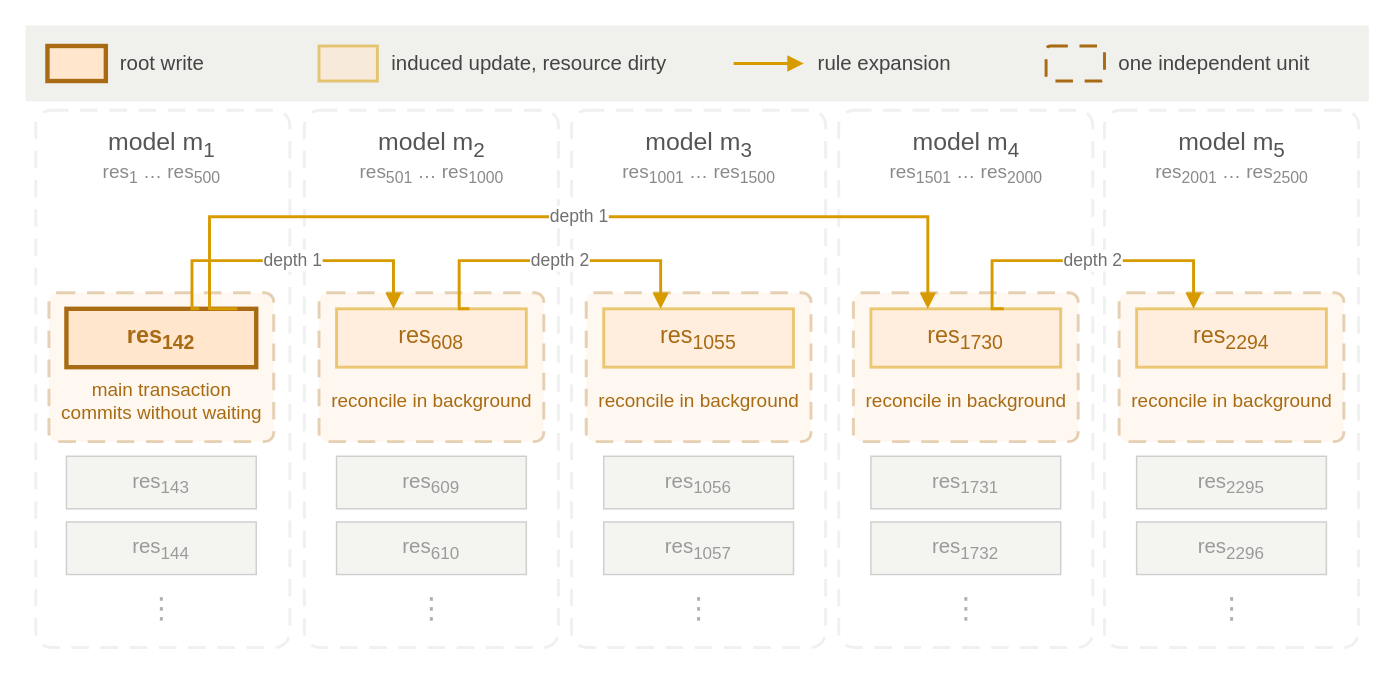
Above: figures/fig-cpr-expansion-base.drawio in mililika/bachelor-thesis-tum-acid-base-adaptivity (draw.io), before the change. Source tidied: cells renumbered, new cells numbered last; positions are measured from the earlier drawing's top-left corner, leaving out a move shared by most shapes. Both pictures are drawn from the tidied source at 146%, with x=0, y=0 at pixel (25, 25).
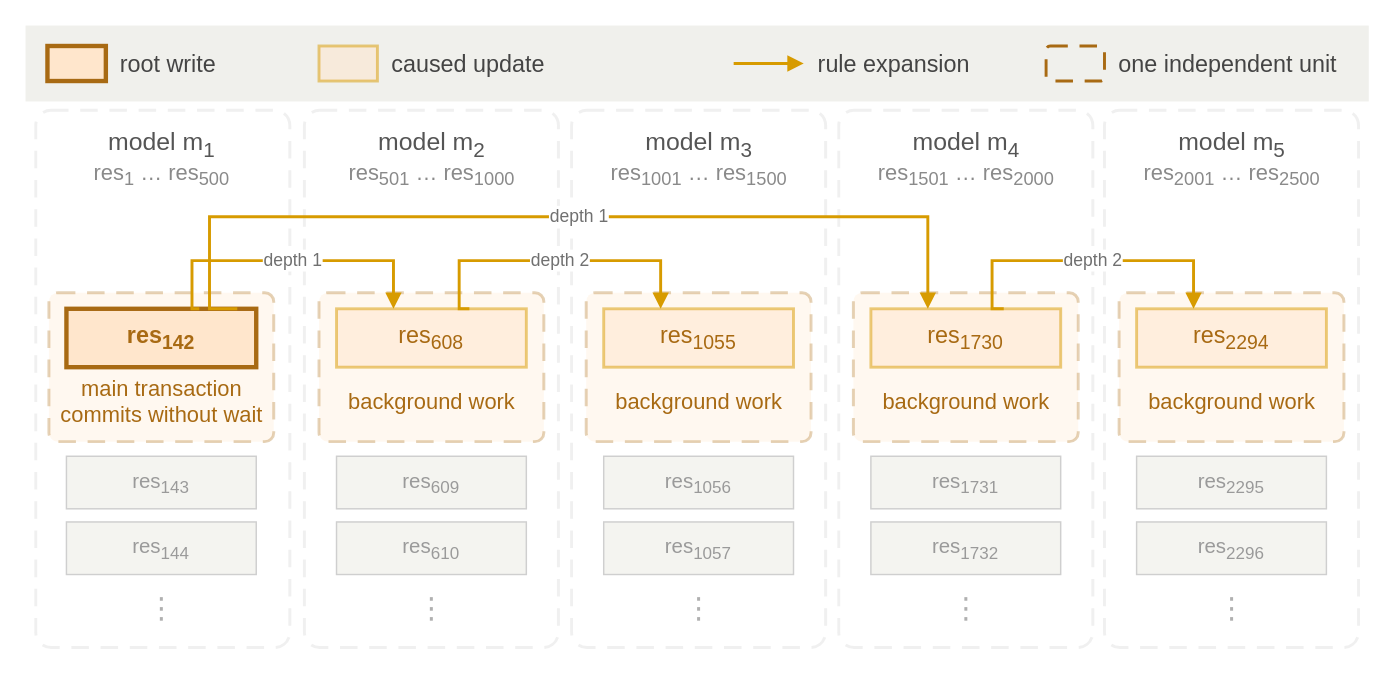
The same page after the edit.

Change to the diagram source:
```diff
@@
-    <mxCell id="4" value="root write" style="text;html=1;align=left;verticalAlign=middle;fontSize=14;fontFamily=Helvetica;fontColor=#444444;fontStyle=0;" parent="1" vertex="1">
+    <mxCell id="4" value="root write" style="text;html=1;align=left;verticalAlign=middle;fontSize=16;fontFamily=Helvetica;fontColor=#444444;fontStyle=0;" parent="1" vertex="1">
       <mxGeometry x="63" y="14" width="120" height="24" as="geometry" />
     </mxCell>
@@
-    <mxCell id="6" value="induced update, resource dirty" style="text;html=1;align=left;verticalAlign=middle;fontSize=14;fontFamily=Helvetica;fontColor=#444444;fontStyle=0;" parent="1" vertex="1">
+    <mxCell id="6" value="caused update" style="text;html=1;align=left;verticalAlign=middle;fontSize=16;fontFamily=Helvetica;fontColor=#444444;fontStyle=0;" parent="1" vertex="1">
       <mxGeometry x="249" y="14" width="226" height="24" as="geometry" />
     </mxCell>
@@
-    <mxCell id="8" value="rule expansion" style="text;html=1;align=left;verticalAlign=middle;fontSize=14;fontFamily=Helvetica;fontColor=#444444;fontStyle=0;" parent="1" vertex="1">
+    <mxCell id="8" value="rule expansion" style="text;html=1;align=left;verticalAlign=middle;fontSize=16;fontFamily=Helvetica;fontColor=#444444;fontStyle=0;" parent="1" vertex="1">
       <mxGeometry x="541" y="14" width="150" height="24" as="geometry" />
     </mxCell>
@@
-    <mxCell id="10" value="one independent unit" style="text;html=1;align=left;verticalAlign=middle;fontSize=14;fontFamily=Helvetica;fontColor=#444444;fontStyle=0;" parent="1" vertex="1">
+    <mxCell id="10" value="one independent unit" style="text;html=1;align=left;verticalAlign=middle;fontSize=16;fontFamily=Helvetica;fontColor=#444444;fontStyle=0;" parent="1" vertex="1">
       <mxGeometry x="747" y="14" width="170" height="24" as="geometry" />
     </mxCell>
@@
-    <mxCell id="17" value="res&lt;sub&gt;1&lt;/sub&gt; … res&lt;sub&gt;500&lt;/sub&gt;" style="text;html=1;align=center;verticalAlign=middle;fontSize=13;fontFamily=Helvetica;fontColor=#8a8a8a;fontStyle=0;" parent="1" vertex="1">
+    <mxCell id="17" value="res&lt;sub&gt;1&lt;/sub&gt; … res&lt;sub&gt;500&lt;/sub&gt;" style="text;html=1;align=center;verticalAlign=middle;fontSize=15;fontFamily=Helvetica;fontColor=#8a8a8a;fontStyle=0;" parent="1" vertex="1">
       <mxGeometry x="18" y="93" width="150" height="18" as="geometry" />
     </mxCell>
@@
-    <mxCell id="19" value="res&lt;sub&gt;501&lt;/sub&gt; … res&lt;sub&gt;1000&lt;/sub&gt;" style="text;html=1;align=center;verticalAlign=middle;fontSize=13;fontFamily=Helvetica;fontColor=#8a8a8a;fontStyle=0;" parent="1" vertex="1">
+    <mxCell id="19" value="res&lt;sub&gt;501&lt;/sub&gt; … res&lt;sub&gt;1000&lt;/sub&gt;" style="text;html=1;align=center;verticalAlign=middle;fontSize=15;fontFamily=Helvetica;fontColor=#8a8a8a;fontStyle=0;" parent="1" vertex="1">
       <mxGeometry x="203" y="93" width="150" height="18" as="geometry" />
     </mxCell>
@@
-    <mxCell id="21" value="res&lt;sub&gt;1001&lt;/sub&gt; … res&lt;sub&gt;1500&lt;/sub&gt;" style="text;html=1;align=center;verticalAlign=middle;fontSize=13;fontFamily=Helvetica;fontColor=#8a8a8a;fontStyle=0;" parent="1" vertex="1">
+    <mxCell id="21" value="res&lt;sub&gt;1001&lt;/sub&gt; … res&lt;sub&gt;1500&lt;/sub&gt;" style="text;html=1;align=center;verticalAlign=middle;fontSize=15;fontFamily=Helvetica;fontColor=#8a8a8a;fontStyle=0;" parent="1" vertex="1">
       <mxGeometry x="386" y="93" width="150" height="18" as="geometry" />
     </mxCell>
@@
-    <mxCell id="23" value="res&lt;sub&gt;1501&lt;/sub&gt; … res&lt;sub&gt;2000&lt;/sub&gt;" style="text;html=1;align=center;verticalAlign=middle;fontSize=13;fontFamily=Helvetica;fontColor=#8a8a8a;fontStyle=0;" parent="1" vertex="1">
+    <mxCell id="23" value="res&lt;sub&gt;1501&lt;/sub&gt; … res&lt;sub&gt;2000&lt;/sub&gt;" style="text;html=1;align=center;verticalAlign=middle;fontSize=15;fontFamily=Helvetica;fontColor=#8a8a8a;fontStyle=0;" parent="1" vertex="1">
       <mxGeometry x="569" y="93" width="150" height="18" as="geometry" />
     </mxCell>
@@
-    <mxCell id="25" value="res&lt;sub&gt;2001&lt;/sub&gt; … res&lt;sub&gt;2500&lt;/sub&gt;" style="text;html=1;align=center;verticalAlign=middle;fontSize=13;fontFamily=Helvetica;fontColor=#8a8a8a;fontStyle=0;" parent="1" vertex="1">
+    <mxCell id="25" value="res&lt;sub&gt;2001&lt;/sub&gt; … res&lt;sub&gt;2500&lt;/sub&gt;" style="text;html=1;align=center;verticalAlign=middle;fontSize=15;fontFamily=Helvetica;fontColor=#8a8a8a;fontStyle=0;" parent="1" vertex="1">
       <mxGeometry x="751" y="93" width="150" height="18" as="geometry" />
     </mxCell>
@@
-    <mxCell id="31" value="main transaction&lt;br&gt;&lt;font&gt;commits without waiting&lt;/font&gt;" style="text;html=1;align=center;verticalAlign=middle;fontSize=13;fontFamily=Helvetica;fontColor=#a86a13;fontStyle=0;" parent="1" vertex="1">
+    <mxCell id="31" value="main transaction&lt;br&gt;&lt;font&gt;commits without wait&lt;/font&gt;" style="text;html=1;align=center;verticalAlign=middle;fontSize=15;fontFamily=Helvetica;fontColor=#a86a13;fontStyle=0;" parent="1" vertex="1">
       <mxGeometry x="16" y="235" width="154" height="44" as="geometry" />
     </mxCell>
-    <mxCell id="32" value="reconcile in background" style="text;html=1;align=center;verticalAlign=middle;fontSize=13;fontFamily=Helvetica;fontColor=#a86a13;fontStyle=0;" parent="1" vertex="1">
+    <mxCell id="32" value="background work" style="text;html=1;align=center;verticalAlign=middle;fontSize=15;fontFamily=Helvetica;fontColor=#a86a13;fontStyle=0;" parent="1" vertex="1">
       <mxGeometry x="201" y="235" width="154" height="44" as="geometry" />
     </mxCell>
-    <mxCell id="33" value="reconcile in background" style="text;html=1;align=center;verticalAlign=middle;fontSize=13;fontFamily=Helvetica;fontColor=#a86a13;fontStyle=0;" parent="1" vertex="1">
+    <mxCell id="33" value="background work" style="text;html=1;align=center;verticalAlign=middle;fontSize=15;fontFamily=Helvetica;fontColor=#a86a13;fontStyle=0;" parent="1" vertex="1">
       <mxGeometry x="384" y="235" width="154" height="44" as="geometry" />
     </mxCell>
-    <mxCell id="34" value="reconcile in background" style="text;html=1;align=center;verticalAlign=middle;fontSize=13;fontFamily=Helvetica;fontColor=#a86a13;fontStyle=0;" parent="1" vertex="1">
+    <mxCell id="34" value="background work" style="text;html=1;align=center;verticalAlign=middle;fontSize=15;fontFamily=Helvetica;fontColor=#a86a13;fontStyle=0;" parent="1" vertex="1">
       <mxGeometry x="567" y="235" width="154" height="44" as="geometry" />
     </mxCell>
-    <mxCell id="35" value="reconcile in background" style="text;html=1;align=center;verticalAlign=middle;fontSize=13;fontFamily=Helvetica;fontColor=#a86a13;fontStyle=0;" parent="1" vertex="1">
+    <mxCell id="35" value="background work" style="text;html=1;align=center;verticalAlign=middle;fontSize=15;fontFamily=Helvetica;fontColor=#a86a13;fontStyle=0;" parent="1" vertex="1">
       <mxGeometry x="749" y="235" width="154" height="44" as="geometry" />
     </mxCell>
```
